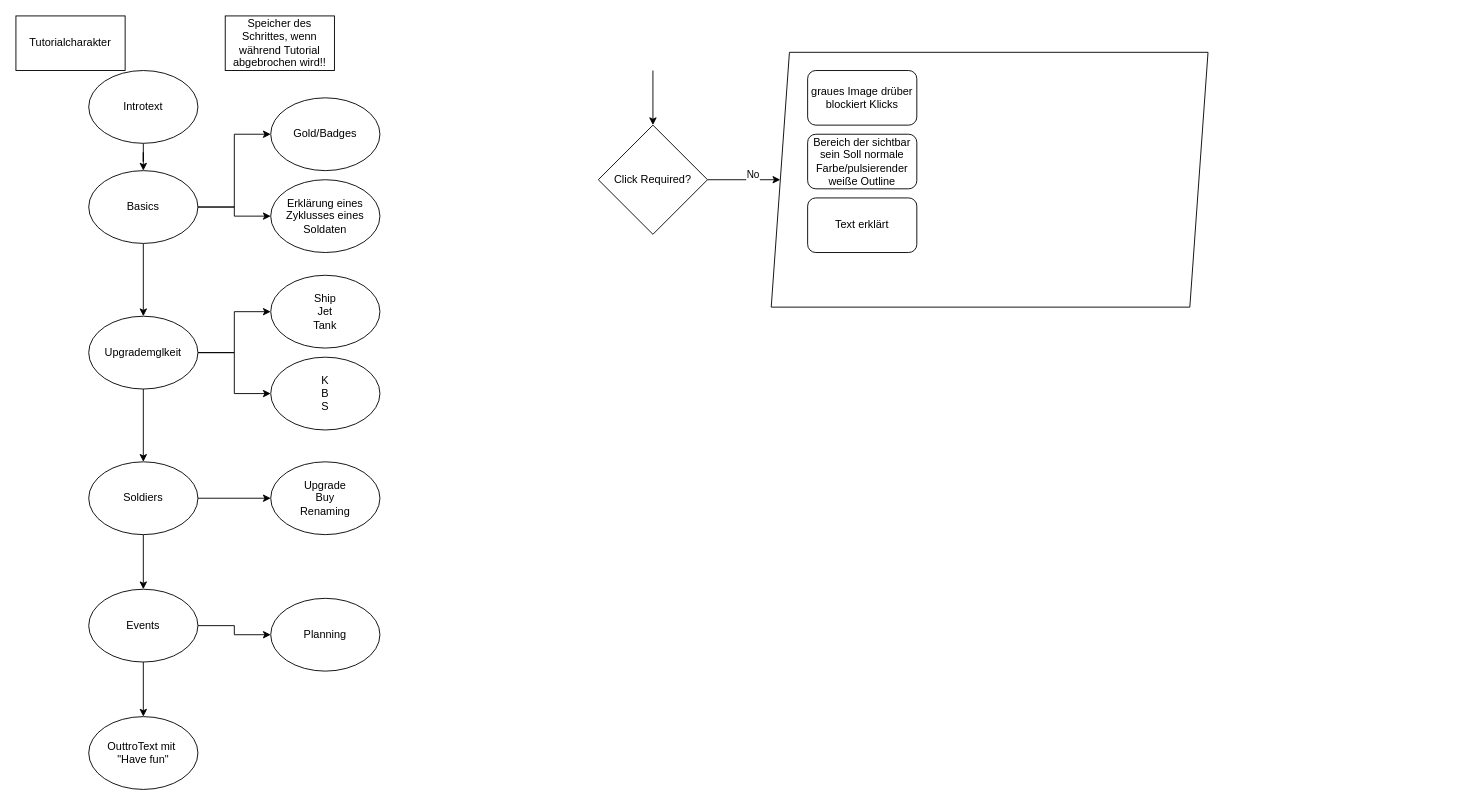
ZhRaL/MilitaryIdleGame keeps this draw.io diagram as Skizzen/Tutorial_Plan.drawio. Above is the earlier version. Source tidied: cells renumbered, new cells numbered last; positions are measured from the earlier drawing's top-left corner, leaving out a move shared by most shapes. Both pictures are drawn from the tidied source at 91%, with x=0, y=0 at pixel (15, 15).
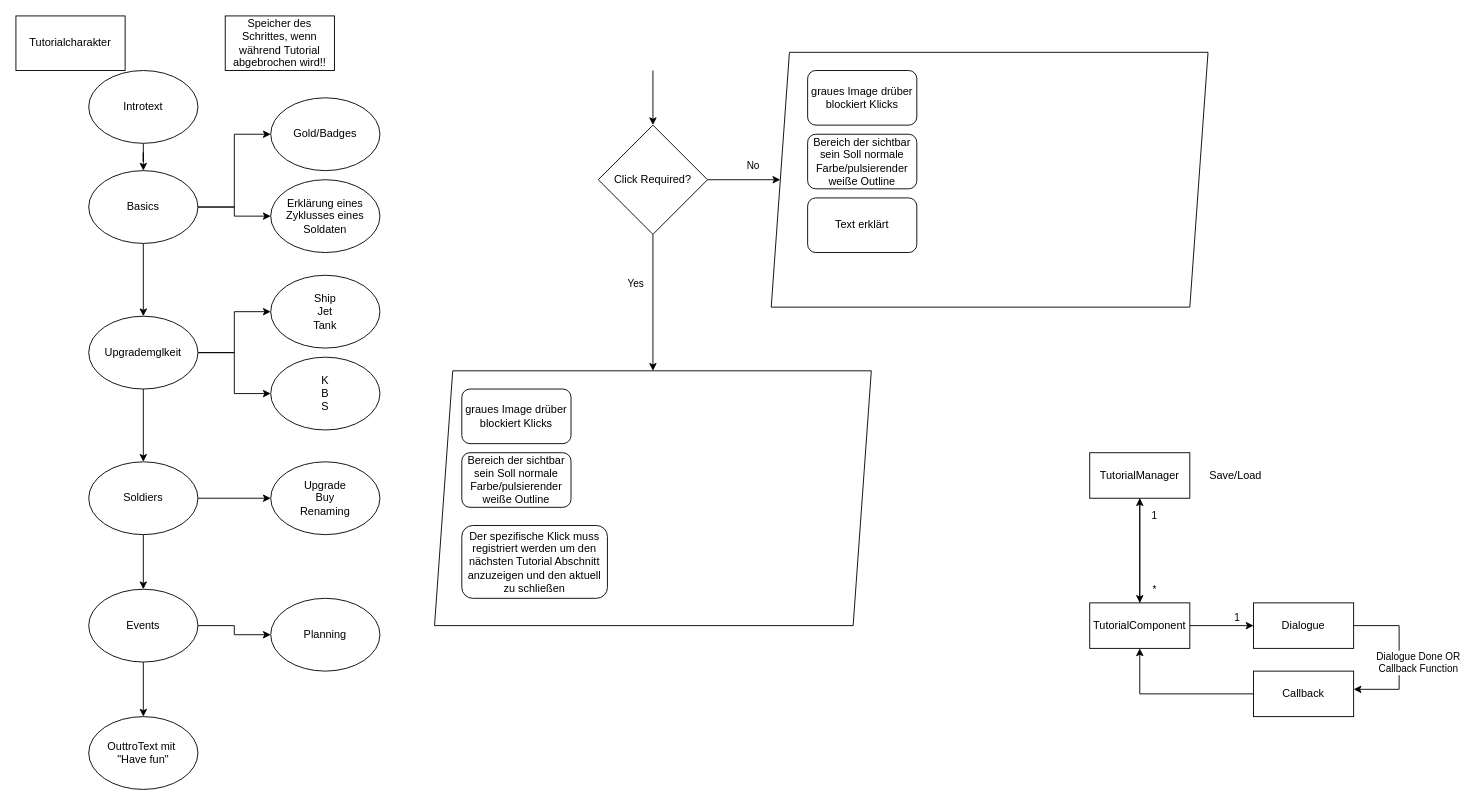
The same diagram, later.

The change refers to these unchanged cells:
```xml
<mxCell id="28" value="Click Required?" style="rhombus;whiteSpace=wrap;html=1;" parent="1" vertex="1">
  <mxGeometry x="640" y="120" width="120" height="120" as="geometry" />
</mxCell>
<mxCell id="30" style="shape=parallelogram;perimeter=parallelogramPerimeter;whiteSpace=wrap;html=1;fixedSize=1;" parent="1" vertex="1">
  <mxGeometry x="830" y="40" width="480" height="280" as="geometry" />
</mxCell>
```

Diff of the diagram source:
```diff
@@
     <mxCell id="27" value="No" style="edgeStyle=orthogonalEdgeStyle;rounded=0;jettySize=auto;html=1;spacingTop=-10;" parent="1" edge="1" source="28" target="30">
-      <mxGeometry y="-10" relative="1" as="geometry">
-        <mxPoint x="10" y="-10" as="offset" />
-      </mxGeometry>
+      <mxGeometry x="0.25" y="10" relative="1" as="geometry" />
     </mxCell>
+    <mxCell id="34" style="edgeStyle=orthogonalEdgeStyle;rounded=0;jettySize=auto;html=1;" parent="1" edge="1" source="28" target="36">
+      <mxGeometry relative="1" as="geometry" />
+    </mxCell>
+    <mxCell id="35" value="Yes" style="edgeLabel;html=1;align=center;verticalAlign=middle;" parent="34" vertex="1">
+      <mxGeometry x="-0.29" y="1" relative="1" as="geometry">
+        <mxPoint x="-21" as="offset" />
+      </mxGeometry>
+    </mxCell>
@@
+    <mxCell id="36" style="shape=parallelogram;perimeter=parallelogramPerimeter;whiteSpace=wrap;html=1;fixedSize=1;" parent="1" vertex="1">
+      <mxGeometry x="460" y="390" width="480" height="280" as="geometry" />
+    </mxCell>
+    <mxCell id="37" value="graues Image drüber&lt;div&gt;blockiert Klicks&lt;/div&gt;" style="rounded=1;whiteSpace=wrap;html=1;" parent="1" vertex="1">
+      <mxGeometry x="490" y="410" width="120" height="60" as="geometry" />
+    </mxCell>
+    <mxCell id="38" value="Bereich der sichtbar sein Soll normale Farbe/pulsierender weiße Outline" style="rounded=1;whiteSpace=wrap;html=1;" parent="1" vertex="1">
+      <mxGeometry x="490" y="480" width="120" height="60" as="geometry" />
+    </mxCell>
+    <mxCell id="39" value="Der spezifische Klick muss registriert werden um den nächsten Tutorial Abschnitt anzuzeigen und den aktuell zu schließen" style="rounded=1;whiteSpace=wrap;html=1;" parent="1" vertex="1">
+      <mxGeometry x="490" y="560" width="160" height="80" as="geometry" />
+    </mxCell>
+    <mxCell id="40" style="edgeStyle=orthogonalEdgeStyle;rounded=0;jettySize=auto;html=1;" parent="1" edge="1" source="42" target="47">
+      <mxGeometry relative="1" as="geometry" />
+    </mxCell>
+    <mxCell id="41" value="*" style="edgeLabel;html=1;align=center;verticalAlign=middle;" parent="40" vertex="1">
+      <mxGeometry x="0.37" y="3" relative="1" as="geometry">
+        <mxPoint x="12" y="21" as="offset" />
+      </mxGeometry>
+    </mxCell>
+    <mxCell id="42" value="TutorialManager" style="html=1;whiteSpace=wrap;" parent="1" vertex="1">
+      <mxGeometry x="1180" y="480" width="110" height="50" as="geometry" />
+    </mxCell>
+    <mxCell id="43" style="edgeStyle=orthogonalEdgeStyle;rounded=0;jettySize=auto;html=1;" parent="1" edge="1" source="47" target="50">
+      <mxGeometry relative="1" as="geometry" />
+    </mxCell>
+    <mxCell id="44" value="1" style="edgeLabel;html=1;align=center;verticalAlign=middle;" parent="43" vertex="1">
+      <mxGeometry x="0.45" y="1" relative="1" as="geometry">
+        <mxPoint y="-9" as="offset" />
+      </mxGeometry>
+    </mxCell>
+    <mxCell id="45" style="edgeStyle=orthogonalEdgeStyle;rounded=0;jettySize=auto;html=1;" parent="1" edge="1" source="47" target="42">
+      <mxGeometry relative="1" as="geometry" />
+    </mxCell>
+    <mxCell id="46" value="1" style="edgeLabel;html=1;align=center;verticalAlign=middle;" parent="45" vertex="1">
+      <mxGeometry x="0.69" y="-2" relative="1" as="geometry">
+        <mxPoint x="13" as="offset" />
+      </mxGeometry>
+    </mxCell>
+    <mxCell id="47" value="TutorialComponent" style="html=1;whiteSpace=wrap;" parent="1" vertex="1">
+      <mxGeometry x="1180" y="645" width="110" height="50" as="geometry" />
+    </mxCell>
+    <mxCell id="48" style="edgeStyle=orthogonalEdgeStyle;rounded=0;jettySize=auto;html=1;" parent="1" edge="1" source="50" target="52">
+      <mxGeometry relative="1" as="geometry">
+        <Array as="points">
+          <mxPoint x="1520" y="670" />
+          <mxPoint x="1520" y="740" />
+        </Array>
+      </mxGeometry>
+    </mxCell>
+    <mxCell id="49" value="Dialogue Done OR&lt;div&gt;Callback Function&lt;/div&gt;" style="edgeLabel;html=1;align=center;verticalAlign=middle;" parent="48" vertex="1">
+      <mxGeometry x="-0.09" y="-1" relative="1" as="geometry">
+        <mxPoint x="21" y="13" as="offset" />
+      </mxGeometry>
+    </mxCell>
+    <mxCell id="50" value="Dialogue" style="html=1;whiteSpace=wrap;" parent="1" vertex="1">
+      <mxGeometry x="1360" y="645" width="110" height="50" as="geometry" />
+    </mxCell>
+    <mxCell id="51" style="edgeStyle=orthogonalEdgeStyle;rounded=0;jettySize=auto;html=1;" parent="1" edge="1" source="52" target="47">
+      <mxGeometry relative="1" as="geometry" />
+    </mxCell>
+    <mxCell id="52" value="Callback" style="html=1;whiteSpace=wrap;" parent="1" vertex="1">
+      <mxGeometry x="1360" y="720" width="110" height="50" as="geometry" />
+    </mxCell>
+    <mxCell id="53" value="Save/Load" style="text;html=1;align=center;verticalAlign=middle;strokeColor=none;fillColor=none;" parent="1" vertex="1">
+      <mxGeometry x="1300" y="490" width="80" height="30" as="geometry" />
+    </mxCell>
```
